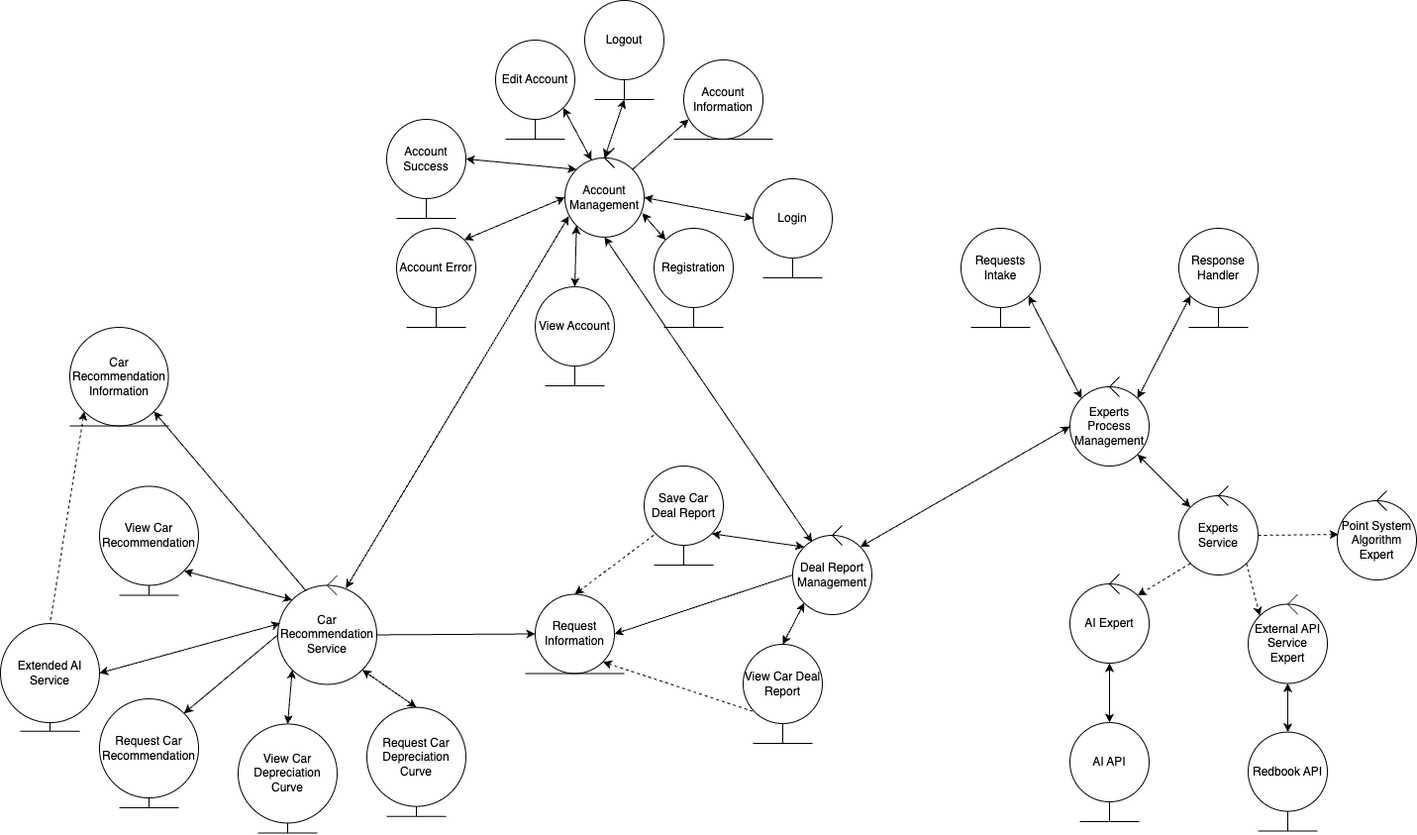
AhsanM71/SFWRENG-3A04-D1 keeps this draw.io diagram as D2/3A04_acd.png. Above is the earlier version. Source tidied: cells renumbered, new cells last; positions are measured from the earlier drawing's top-left corner, leaving out a move shared by most shapes.
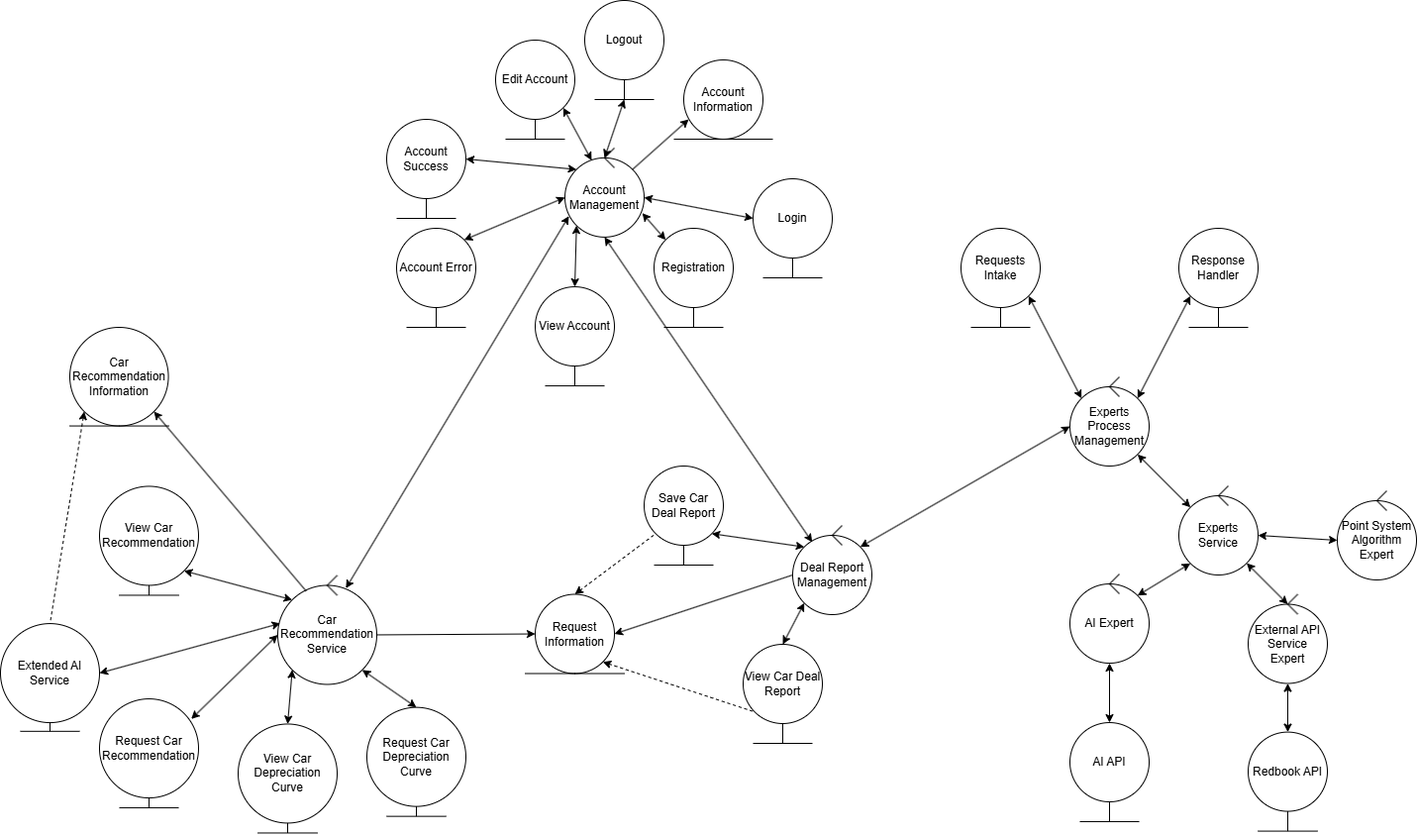
After the commit.

Commit message:
replaced acd with updated version

What changed in the source:
```diff
@@ -87,15 +87,6 @@
         <mxPoint x="1150" y="829" as="targetPoint" />
       </mxGeometry>
     </mxCell>
-    <mxCell id="21" style="endArrow=classic;dashed=1;html=1;rounded=0;exitX=1;exitY=0.5;exitDx=0;exitDy=0;endFill=1;entryX=0.017;entryY=0.426;entryDx=0;entryDy=0;entryPerimeter=0;" parent="1" edge="1" source="11" target="107">
-      <mxGeometry relative="1" as="geometry" />
-    </mxCell>
-    <mxCell id="22" style="endArrow=classic;dashed=1;html=1;rounded=0;entryX=0;entryY=0;entryDx=0;entryDy=0;exitX=1;exitY=1;exitDx=0;exitDy=0;endFill=1;" parent="1" edge="1" source="11" target="114">
-      <mxGeometry relative="1" as="geometry" />
-    </mxCell>
-    <mxCell id="23" style="endArrow=classic;dashed=1;html=1;rounded=0;entryX=1;entryY=0;entryDx=0;entryDy=0;exitX=0;exitY=1;exitDx=0;exitDy=0;endFill=1;" parent="1" edge="1" source="11" target="118">
-      <mxGeometry relative="1" as="geometry" />
-    </mxCell>
     <mxCell id="24" style="endArrow=classic;html=1;rounded=0;startArrow=classic;startFill=1;exitX=1;exitY=0;exitDx=0;exitDy=0;entryX=0;entryY=1;entryDx=0;entryDy=0;endFill=1;" parent="1" edge="1" source="2" target="5">
       <mxGeometry relative="1" as="geometry" />
     </mxCell>
@@ -411,9 +402,6 @@
         <mxPoint x="180" y="815.1" as="targetPoint" />
       </mxGeometry>
     </mxCell>
-    <mxCell id="101" style="endArrow=classic;html=1;rounded=0;entryX=1;entryY=0;entryDx=0;entryDy=0;exitX=0;exitY=0.5;exitDx=0;exitDy=0;" parent="1" edge="1" source="78" target="98">
-      <mxGeometry relative="1" as="geometry" />
-    </mxCell>
     <mxCell id="102" value="Extended AI Service" style="ellipse;whiteSpace=wrap;html=1;" parent="1" vertex="1">
       <mxGeometry y="629.1" width="100" height="100" as="geometry" />
     </mxCell>
@@ -493,5 +481,17 @@
         <mxPoint x="1130" y="579" as="targetPoint" />
       </mxGeometry>
     </mxCell>
+    <mxCell id="121" style="endArrow=classic;startArrow=classic;html=1;rounded=0;exitX=1;exitY=0;exitDx=0;exitDy=0;entryX=0;entryY=1;entryDx=0;entryDy=0;" parent="1" edge="1" source="118" target="11">
+      <mxGeometry relative="1" as="geometry" />
+    </mxCell>
+    <mxCell id="122" style="endArrow=classic;startArrow=classic;html=1;rounded=0;exitX=0.5;exitY=0;exitDx=0;exitDy=0;" parent="1" edge="1" source="114" target="11">
+      <mxGeometry relative="1" as="geometry" />
+    </mxCell>
+    <mxCell id="123" style="endArrow=classic;startArrow=classic;html=1;rounded=0;exitX=0;exitY=0.5;exitDx=0;exitDy=0;entryX=1;entryY=0.5;entryDx=0;entryDy=0;" parent="1" edge="1" source="107" target="11">
+      <mxGeometry relative="1" as="geometry" />
+    </mxCell>
+    <mxCell id="124" style="endArrow=classic;startArrow=classic;html=1;rounded=0;entryX=0;entryY=0.5;entryDx=0;entryDy=0;exitX=0.927;exitY=0.203;exitDx=0;exitDy=0;exitPerimeter=0;" parent="1" edge="1" source="98" target="78">
+      <mxGeometry relative="1" as="geometry" />
+    </mxCell>
   </root>
 </mxGraphModel>
```
